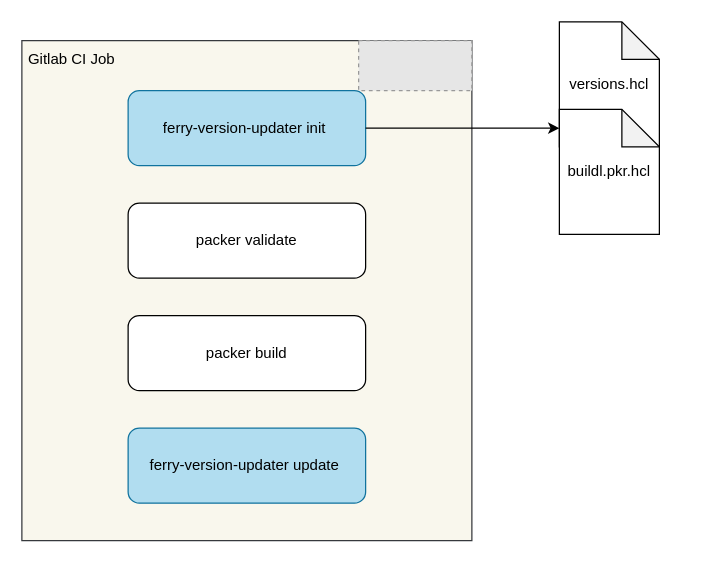
This is ferry-version-updater.drawio from YanshanSong/draw.io, a draw.io file, before an edit. Source tidied: cells renumbered, new cells numbered last; positions are measured from the earlier drawing's top-left corner, leaving out a move shared by most shapes. Both pictures are drawn from the tidied source at 125%, with x=0, y=0 at pixel (21, 21). Pictures stored in the file or linked from it are replaced by grey dashed boxes.
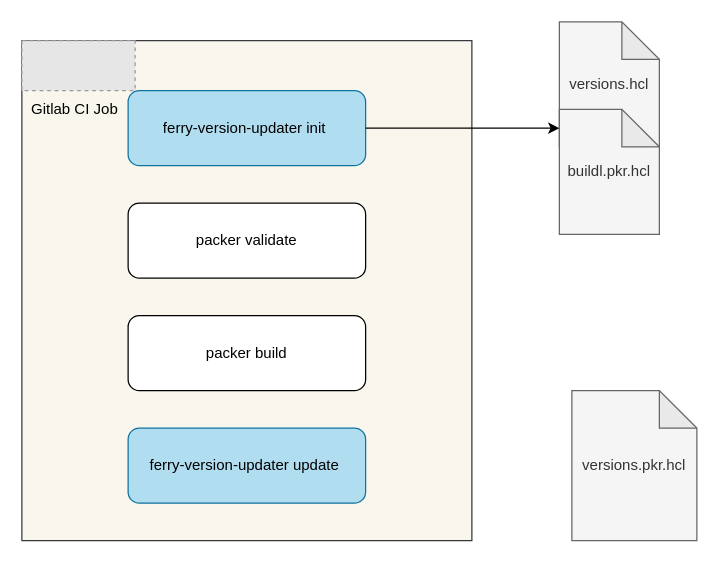
Above is the later version.

Change to the diagram source:
```diff
@@
 <mxGraphModel>
   <root>
     <mxCell id="0" />
     <mxCell id="1" parent="0" />
     <mxCell id="2" style="rounded=0;whiteSpace=wrap;html=1;fillColor=#f9f7ed;strokeColor=#36393d;" parent="1" vertex="1">
       <mxGeometry y="15" width="360" height="400" as="geometry" />
     </mxCell>
     <mxCell id="3" value="ferry-version-updater init&amp;nbsp;" style="rounded=1;whiteSpace=wrap;html=1;fillColor=#b1ddf0;strokeColor=#10739e;" parent="1" vertex="1">
       <mxGeometry x="85" y="55" width="190" height="60" as="geometry" />
     </mxCell>
     <mxCell id="4" value="packer validate" style="rounded=1;whiteSpace=wrap;html=1;" parent="1" vertex="1">
       <mxGeometry x="85" y="145" width="190" height="60" as="geometry" />
     </mxCell>
     <mxCell id="5" value="packer build" style="rounded=1;whiteSpace=wrap;html=1;" parent="1" vertex="1">
       <mxGeometry x="85" y="235" width="190" height="60" as="geometry" />
     </mxCell>
     <mxCell id="6" value="ferry-version-updater update&amp;nbsp;" style="rounded=1;whiteSpace=wrap;html=1;fillColor=#b1ddf0;strokeColor=#10739e;" parent="1" vertex="1">
       <mxGeometry x="85" y="325" width="190" height="60" as="geometry" />
     </mxCell>
     <mxCell id="7" style="fillColor=#E6E6E6;strokeColor=#999999;dashed=1;verticalLabelPosition=bottom;labelBackgroundColor=default;verticalAlign=top;" parent="1" vertex="1">
-      <mxGeometry x="269.4" y="15" width="90.6" height="40" as="geometry" />
+      <mxGeometry y="15" width="90.6" height="40" as="geometry" />
     </mxCell>
     <mxCell id="8" value="Gitlab CI Job" style="text;html=1;strokeColor=none;fillColor=none;align=center;verticalAlign=middle;whiteSpace=wrap;rounded=0;" parent="1" vertex="1">
-      <mxGeometry y="15" width="80" height="30" as="geometry" />
+      <mxGeometry y="55" width="85" height="30" as="geometry" />
     </mxCell>
     <mxCell id="9" style="group;" parent="1" vertex="1">
       <mxGeometry x="430" width="80" height="170" as="geometry" />
     </mxCell>
-    <mxCell id="10" value="versions.hcl" style="shape=note;whiteSpace=wrap;html=1;backgroundOutline=1;darkOpacity=0.05;" parent="9" vertex="1">
+    <mxCell id="10" value="versions.hcl" style="shape=note;whiteSpace=wrap;html=1;backgroundOutline=1;darkOpacity=0.05;fillColor=#f5f5f5;fontColor=#333333;strokeColor=#666666;" parent="9" vertex="1">
       <mxGeometry width="80" height="100" as="geometry" />
     </mxCell>
-    <mxCell id="11" value="buildl.pkr.hcl" style="shape=note;whiteSpace=wrap;html=1;backgroundOutline=1;darkOpacity=0.05;" parent="9" vertex="1">
+    <mxCell id="11" value="buildl.pkr.hcl" style="shape=note;whiteSpace=wrap;html=1;backgroundOutline=1;darkOpacity=0.05;fillColor=#f5f5f5;fontColor=#333333;strokeColor=#666666;" parent="9" vertex="1">
       <mxGeometry y="70" width="80" height="100" as="geometry" />
     </mxCell>
     <mxCell id="12" style="endArrow=classic;html=1;rounded=0;exitX=1;exitY=0.5;exitDx=0;exitDy=0;entryX=0;entryY=0.15;entryDx=0;entryDy=0;entryPerimeter=0;" parent="1" edge="1" source="3" target="11">
       <mxGeometry relative="1" as="geometry" />
     </mxCell>
+    <mxCell id="13" value="versions.pkr.hcl" style="shape=note;whiteSpace=wrap;html=1;backgroundOutline=1;darkOpacity=0.05;fillColor=#f5f5f5;strokeColor=#666666;fontColor=#333333;" parent="1" vertex="1">
+      <mxGeometry x="440" y="295" width="100" height="120" as="geometry" />
+    </mxCell>
   </root>
 </mxGraphModel>
```
